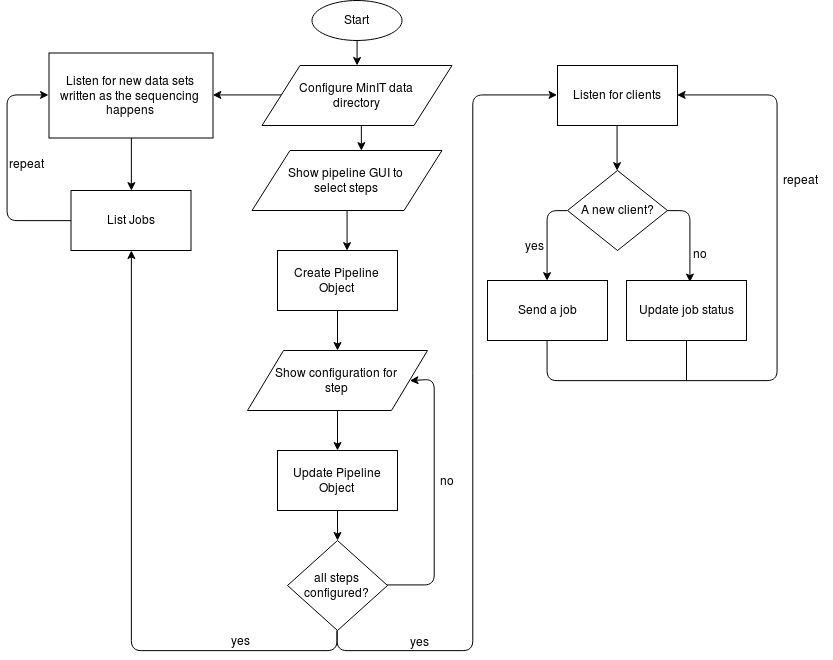
This is f5n_server_flow_chart.png from AnjanaSenanayake/f5n_server, a draw.io export, as it was before one commit. Source tidied: cells renumbered, new cells last; positions are measured from the earlier drawing's top-left corner, leaving out a move shared by most shapes.
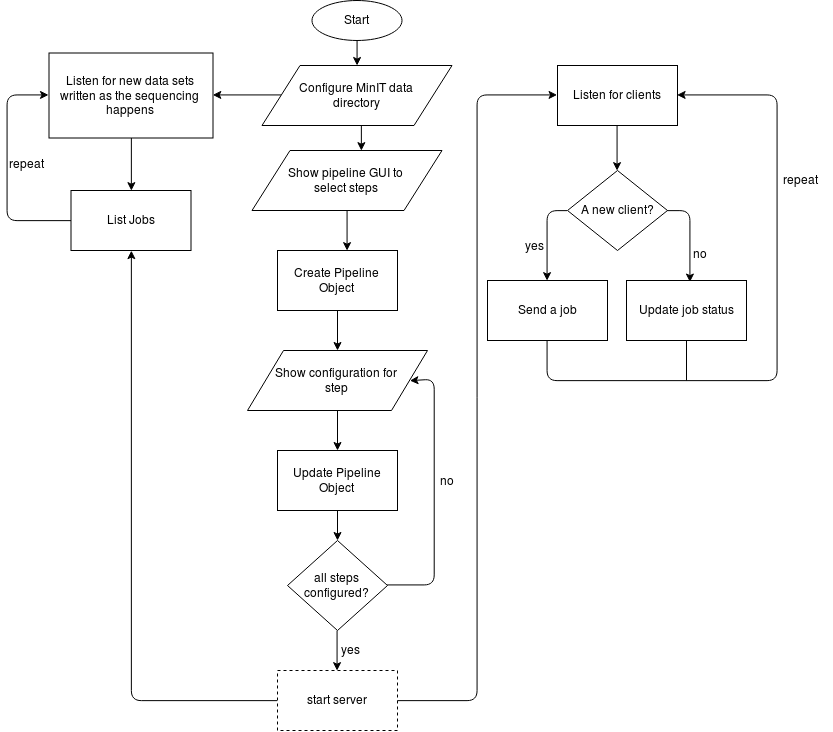
Above is the later version.

Change to the diagram source:
```diff
@@ -37,12 +37,9 @@
         </Array>
       </mxGeometry>
     </mxCell>
-    <mxCell id="12" style="edgeStyle=orthogonalEdgeStyle;jettySize=auto;html=1;exitX=0.5;exitY=1;exitDx=0;exitDy=0;rounded=1;" parent="1" edge="1" source="14" target="18">
-      <mxGeometry relative="1" as="geometry" />
-    </mxCell>
-    <mxCell id="13" style="edgeStyle=orthogonalEdgeStyle;rounded=1;jettySize=auto;html=1;exitX=0.5;exitY=1;exitDx=0;exitDy=0;entryX=0;entryY=0.5;entryDx=0;entryDy=0;" parent="1" edge="1" source="14" target="25">
-      <mxGeometry relative="1" as="geometry" />
-    </mxCell>
+    <mxCell id="39" style="edgeStyle=orthogonalEdgeStyle;rounded=1;jettySize=auto;html=1;exitX=0.5;exitY=1;exitDx=0;exitDy=0;entryX=0.5;entryY=0;entryDx=0;entryDy=0;" parent="1" edge="1" source="14" target="42">
+      <mxGeometry relative="1" as="geometry" />
+    </mxCell>
     <mxCell id="14" value="all steps configured?" style="rhombus;whiteSpace=wrap;html=1;" parent="1" vertex="1">
       <mxGeometry x="280" y="540" width="100" height="90" as="geometry" />
     </mxCell>
@@ -119,11 +116,8 @@
         <mxPoint x="679" y="380" as="sourcePoint" />
       </mxGeometry>
     </mxCell>
-    <mxCell id="35" value="yes" style="text;html=1;align=left;verticalAlign=top;spacingTop=-4;" parent="1" vertex="1">
-      <mxGeometry x="222" y="631" width="30" height="20" as="geometry" />
-    </mxCell>
     <mxCell id="36" value="yes" style="text;html=1;align=left;verticalAlign=top;spacingTop=-4;" parent="1" vertex="1">
-      <mxGeometry x="401" y="632" width="30" height="20" as="geometry" />
+      <mxGeometry x="331.5" y="640" width="30" height="20" as="geometry" />
     </mxCell>
     <mxCell id="37" value="repeat" style="text;html=1;align=left;verticalAlign=top;spacingTop=-4;" parent="1" vertex="1">
       <mxGeometry y="154" width="50" height="20" as="geometry" />
@@ -131,5 +125,14 @@
     <mxCell id="38" value="repeat" style="text;html=1;align=left;verticalAlign=top;spacingTop=-4;" parent="1" vertex="1">
       <mxGeometry x="774" y="170" width="50" height="20" as="geometry" />
     </mxCell>
+    <mxCell id="40" style="edgeStyle=orthogonalEdgeStyle;rounded=1;jettySize=auto;html=1;exitX=0;exitY=0.5;exitDx=0;exitDy=0;entryX=0.5;entryY=1;entryDx=0;entryDy=0;" parent="1" edge="1" source="42" target="18">
+      <mxGeometry relative="1" as="geometry" />
+    </mxCell>
+    <mxCell id="41" style="edgeStyle=orthogonalEdgeStyle;rounded=1;jettySize=auto;html=1;exitX=1;exitY=0.5;exitDx=0;exitDy=0;entryX=0;entryY=0.5;entryDx=0;entryDy=0;" parent="1" edge="1" source="42" target="25">
+      <mxGeometry relative="1" as="geometry" />
+    </mxCell>
+    <mxCell id="42" value="start server" style="rounded=0;whiteSpace=wrap;html=1;dashed=1;" parent="1" vertex="1">
+      <mxGeometry x="270" y="670" width="120" height="60" as="geometry" />
+    </mxCell>
   </root>
 </mxGraphModel>
```
